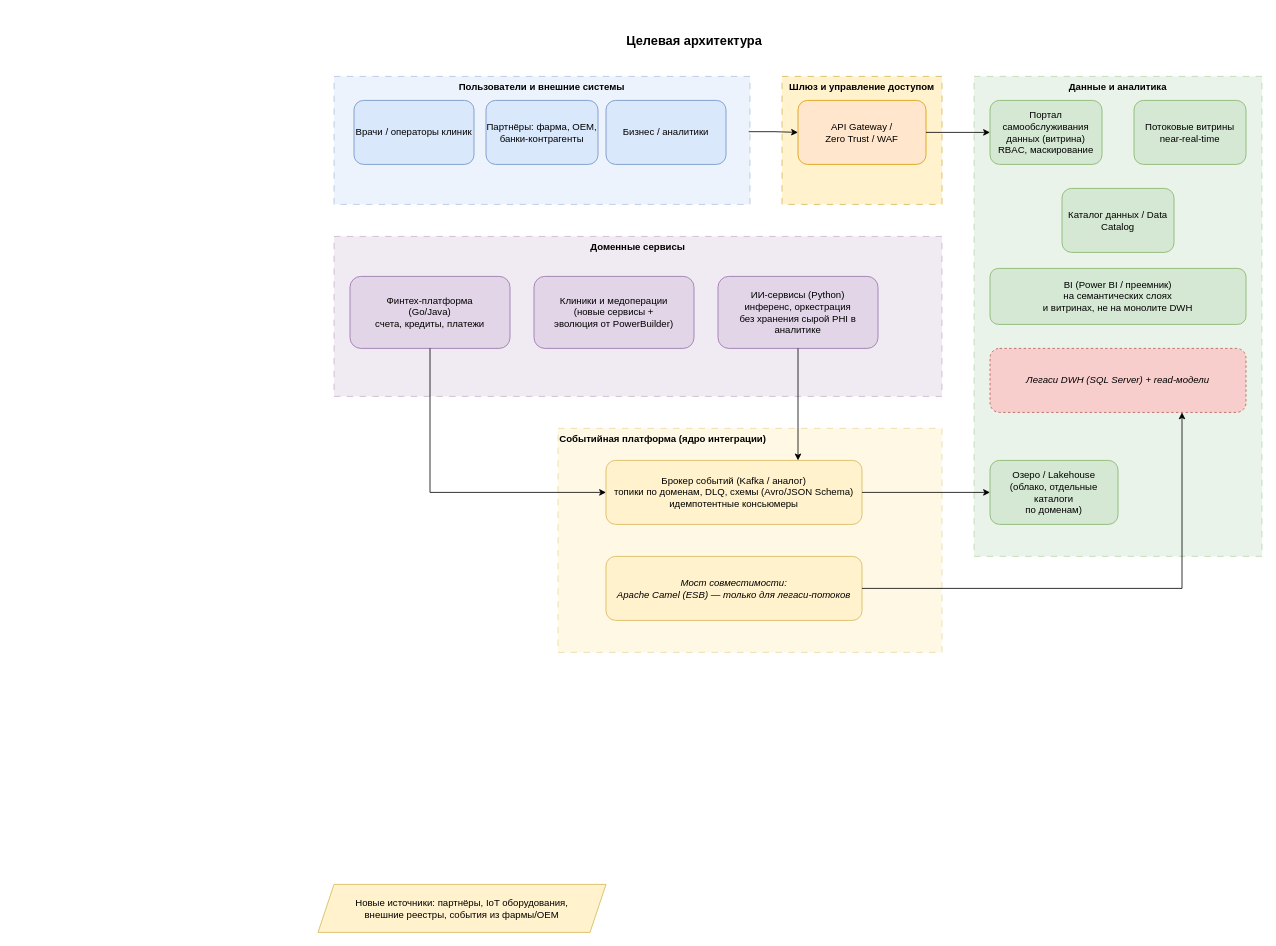
Above: page "C4 — контейнеры (горизонт 3 года)" (1 of 2) of Task3/c4-future-2-0.drawio in Factotum8/architecture-future_2_0 (draw.io), before the change. Source tidied: cells renumbered, new cells numbered last; positions are measured from the earlier drawing's top-left corner, leaving out a move shared by most shapes. Both pictures are drawn from the tidied source at 80%, with x=0, y=0 at pixel (318, 28).
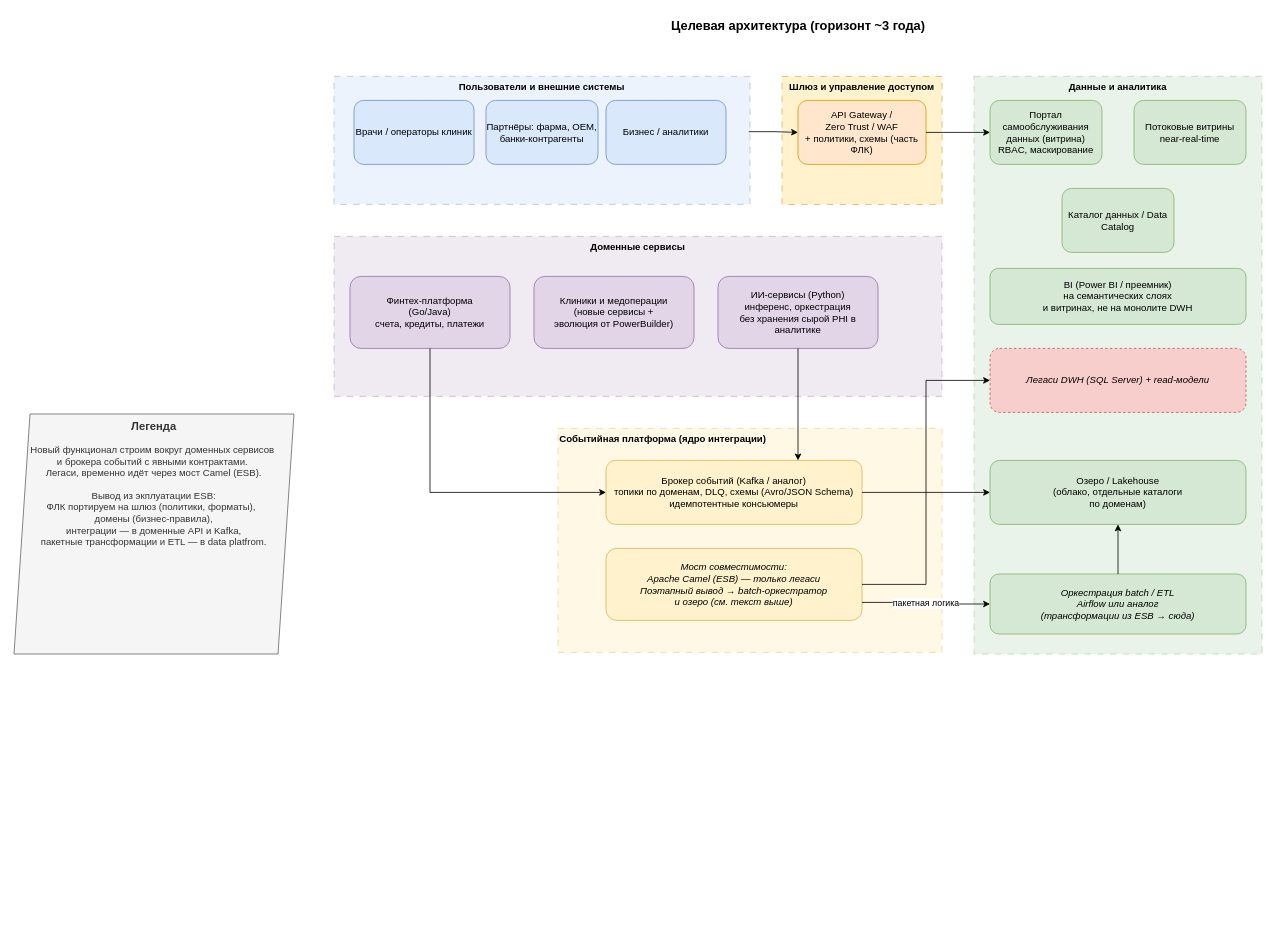
The same page after the edit.

Unchanged cells that the change refers to:
```xml
<mxCell id="22" value="Легаси DWH (SQL Server) + read-модели" style="rounded=1;whiteSpace=wrap;html=1;fillColor=#f8cecc;strokeColor=#b85450;dashed=1;fontStyle=2;" parent="1" vertex="1">
  <mxGeometry x="840" y="400" width="320" height="80" as="geometry" />
</mxCell>
```

What changed in the source:
```diff
@@
-    <mxCell id="2" value="Целевая архитектура" style="text;html=1;strokeColor=none;fillColor=none;align=center;verticalAlign=middle;fontSize=16;fontStyle=1;" parent="1" vertex="1">
-      <mxGeometry x="20" width="900" height="30" as="geometry" />
+    <mxCell id="2" value="Целевая архитектура (горизонт ~3 года)" style="text;html=1;strokeColor=none;fillColor=none;align=center;verticalAlign=middle;fontSize=16;fontStyle=1;" parent="1" vertex="1">
+      <mxGeometry x="150" y="-18" width="900" height="30" as="geometry" />
     </mxCell>
@@
-    <mxCell id="8" value="API Gateway /&#10;Zero Trust / WAF" style="rounded=1;whiteSpace=wrap;html=1;fillColor=#ffe6cc;strokeColor=#d79b00;" parent="1" vertex="1">
+    <mxCell id="8" value="API Gateway /&#10;Zero Trust / WAF&#10;+ политики, схемы (часть ФЛК)" style="rounded=1;whiteSpace=wrap;html=1;fillColor=#ffe6cc;strokeColor=#d79b00;" parent="1" vertex="1">
       <mxGeometry x="600" y="90" width="160" height="80" as="geometry" />
     </mxCell>
@@
-    <mxCell id="15" value="Мост совместимости:&#10;Apache Camel (ESB) — только для легаси-потоков" style="rounded=1;whiteSpace=wrap;html=1;fillColor=#fff2cc;strokeColor=#d6b656;fontStyle=2;" parent="1" vertex="1">
-      <mxGeometry x="360" y="660" width="320" height="80" as="geometry" />
+    <mxCell id="15" value="Мост совместимости:&#10;Apache Camel (ESB) — только легаси&#10;Поэтапный вывод → batch-оркестратор&#10;и озеро (см. текст выше)" style="rounded=1;whiteSpace=wrap;html=1;fillColor=#fff2cc;strokeColor=#d6b656;fontStyle=2;" parent="1" vertex="1">
+      <mxGeometry x="360" y="650" width="320" height="90" as="geometry" />
     </mxCell>
     <mxCell id="16" value="Данные и аналитика" style="rounded=0;whiteSpace=wrap;html=1;dashed=1;dashPattern=8 8;fillColor=#d5e8d4;strokeColor=#82b366;fontStyle=1;verticalAlign=top;gradientColor=none;opacity=50;" parent="1" vertex="1">
-      <mxGeometry x="820" y="60" width="360" height="600" as="geometry" />
+      <mxGeometry x="820" y="60" width="360" height="722" as="geometry" />
     </mxCell>
+    <mxCell id="30" value="Оркестрация batch / ETL&#10;Airflow или аналог&#10;(трансформации из ESB → сюда)" style="rounded=1;whiteSpace=wrap;html=1;fillColor=#d5e8d4;strokeColor=#82b366;fontStyle=2;" parent="1" vertex="1">
+      <mxGeometry x="840" y="682" width="320" height="75" as="geometry" />
+    </mxCell>
     <mxCell id="17" value="Озеро / Lakehouse&#10;(облако, отдельные каталоги&#10;по доменам)" style="rounded=1;whiteSpace=wrap;html=1;fillColor=#d5e8d4;strokeColor=#82b366;" parent="1" vertex="1">
-      <mxGeometry x="840" y="540" width="160" height="80" as="geometry" />
+      <mxGeometry x="840" y="540" width="320" height="80" as="geometry" />
     </mxCell>
@@
-    <mxCell id="23" value="Новые источники: партнёры, IoT оборудования,&#10;внешние реестры, события из фармы/OEM" style="shape=parallelogram;perimeter=parallelogramPerimeter;whiteSpace=wrap;html=1;fixedSize=1;fillColor=#fff2cc;strokeColor=#d6b656;" parent="1" vertex="1">
-      <mxGeometry y="1070" width="360" height="60" as="geometry" />
+    <mxCell id="23" value="&lt;div style=&quot;&quot;&gt;&lt;span style=&quot;text-wrap-mode: nowrap;&quot;&gt;&lt;b&gt;&lt;font style=&quot;font-size: 14px;&quot;&gt;Легенда&lt;/font&gt;&lt;/b&gt;&lt;/span&gt;&lt;/div&gt;&lt;div style=&quot;&quot;&gt;&lt;span style=&quot;text-wrap-mode: nowrap;&quot;&gt;&lt;br&gt;&lt;/span&gt;&lt;/div&gt;&lt;div style=&quot;&quot;&gt;&lt;span style=&quot;text-wrap-mode: nowrap;&quot;&gt;Новый функционал строим вокруг доменных сервисов&amp;nbsp;&lt;/span&gt;&lt;/div&gt;&lt;div style=&quot;&quot;&gt;&lt;span style=&quot;text-wrap-mode: nowrap;&quot;&gt;и брокера событий с явными контрактами.&amp;nbsp;&lt;/span&gt;&lt;/div&gt;&lt;div style=&quot;&quot;&gt;&lt;span style=&quot;text-wrap-mode: nowrap;&quot;&gt;Легаси, временно идёт через мост Camel (ESB).&lt;/span&gt;&lt;/div&gt;&lt;div style=&quot;&quot;&gt;&lt;span style=&quot;text-wrap-mode: nowrap;&quot;&gt;&lt;br&gt;&lt;/span&gt;&lt;/div&gt;&lt;div style=&quot;&quot;&gt;&lt;span style=&quot;text-wrap-mode: nowrap;&quot;&gt;Вывод из экплуатации ESB:&lt;/span&gt;&lt;/div&gt;&lt;div style=&quot;&quot;&gt;&lt;span style=&quot;text-wrap-mode: nowrap;&quot;&gt;ФЛК портируем на шлюз (политики, форматы),&amp;nbsp;&amp;nbsp;&lt;/span&gt;&lt;/div&gt;&lt;div style=&quot;&quot;&gt;&lt;span style=&quot;text-wrap-mode: nowrap;&quot;&gt;домены (бизнес-правила),&lt;/span&gt;&lt;/div&gt;&lt;div style=&quot;&quot;&gt;&lt;span style=&quot;text-wrap-mode: nowrap;&quot;&gt;интеграции — в доменные API и Kafka,&lt;/span&gt;&lt;/div&gt;&lt;div style=&quot;&quot;&gt;&lt;span style=&quot;text-wrap-mode: nowrap;&quot;&gt;пакетные трансформации и ETL — в data platfrom.&lt;/span&gt;&lt;/div&gt;" style="shape=parallelogram;perimeter=parallelogramPerimeter;whiteSpace=wrap;html=1;fixedSize=1;fillColor=#f5f5f5;strokeColor=#666666;fontColor=#333333;align=center;verticalAlign=top;" parent="1" vertex="1">
+      <mxGeometry x="-380" y="482" width="350" height="300" as="geometry" />
     </mxCell>
@@
-    <mxCell id="29" style="edgeStyle=orthogonalEdgeStyle;rounded=0;jettySize=auto;html=1;endArrow=classic;endFill=1;entryX=0.75;entryY=1;entryDx=0;entryDy=0;" parent="1" edge="1" source="15" target="22">
+    <mxCell id="29" style="edgeStyle=orthogonalEdgeStyle;rounded=0;jettySize=auto;html=1;endArrow=classic;endFill=1;entryX=0;entryY=0.5;entryDx=0;entryDy=0;" parent="1" edge="1" source="15" target="22">
       <mxGeometry relative="1" as="geometry" />
     </mxCell>
+    <mxCell id="31" value="пакетная логика" style="edgeStyle=orthogonalEdgeStyle;rounded=0;jettySize=auto;html=1;endArrow=classic;endFill=1;strokeColor=#000000;exitX=1;exitY=0.75;exitDx=0;exitDy=0;" parent="1" edge="1" source="15" target="30">
+      <mxGeometry relative="1" as="geometry" />
+    </mxCell>
+    <mxCell id="32" style="edgeStyle=orthogonalEdgeStyle;rounded=0;jettySize=auto;html=1;endArrow=classic;endFill=1;exitX=0.5;exitY=0;exitDx=0;exitDy=0;entryX=0.5;entryY=1;entryDx=0;entryDy=0;" parent="1" edge="1" source="30" target="17">
+      <mxGeometry relative="1" as="geometry" />
+    </mxCell>
```
